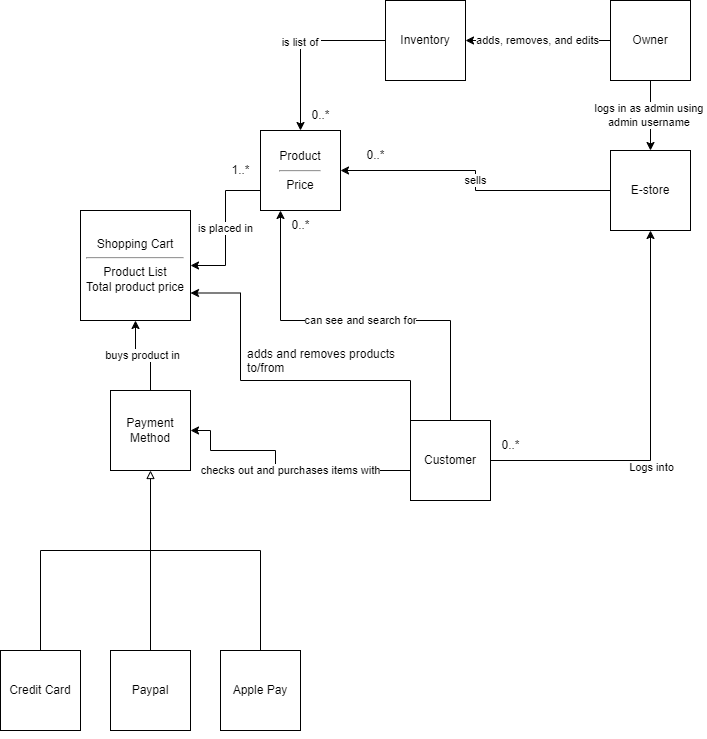
Earlier version of the draw.io export docs/sprint-2-domain-analysis.png (JJB8223/ShakeAndPour). Source tidied: cells renumbered, new cells last; positions are measured from the earlier drawing's top-left corner, leaving out a move shared by most shapes. Its diagram source:
```xml
<mxGraphModel>
  <root>
    <mxCell id="0" />
    <mxCell id="1" parent="0" />
    <mxCell id="2" value="sells" style="edgeStyle=orthogonalEdgeStyle;rounded=0;jettySize=auto;html=1;" parent="1" edge="1" source="3" target="11">
      <mxGeometry relative="1" as="geometry" />
    </mxCell>
    <mxCell id="3" value="E-store" style="whiteSpace=wrap;html=1;" parent="1" vertex="1">
      <mxGeometry x="610" y="150" width="80" height="80" as="geometry" />
    </mxCell>
    <mxCell id="4" value="can see and search for" style="edgeStyle=orthogonalEdgeStyle;rounded=0;jettySize=auto;html=1;" parent="1" edge="1" source="9" target="11">
      <mxGeometry relative="1" as="geometry">
        <Array as="points">
          <mxPoint x="450" y="320" />
          <mxPoint x="280" y="320" />
        </Array>
      </mxGeometry>
    </mxCell>
    <mxCell id="5" value="checks out and purchases items with" style="edgeStyle=orthogonalEdgeStyle;rounded=0;jettySize=auto;html=1;" parent="1" edge="1" target="21">
      <mxGeometry relative="1" as="geometry">
        <mxPoint x="430" y="470" as="sourcePoint" />
        <Array as="points">
          <mxPoint x="275" y="470" />
          <mxPoint x="275" y="450" />
          <mxPoint x="210" y="450" />
          <mxPoint x="210" y="430" />
        </Array>
      </mxGeometry>
    </mxCell>
    <mxCell id="6" style="edgeStyle=orthogonalEdgeStyle;rounded=0;jettySize=auto;html=1;exitX=0;exitY=0.25;exitDx=0;exitDy=0;entryX=1;entryY=0.75;entryDx=0;entryDy=0;" parent="1" edge="1" source="9" target="12">
      <mxGeometry relative="1" as="geometry">
        <Array as="points">
          <mxPoint x="410" y="380" />
          <mxPoint x="240" y="380" />
          <mxPoint x="240" y="293" />
        </Array>
      </mxGeometry>
    </mxCell>
    <mxCell id="7" style="edgeStyle=orthogonalEdgeStyle;rounded=0;jettySize=auto;html=1;exitX=1;exitY=0.5;exitDx=0;exitDy=0;entryX=0.5;entryY=1;entryDx=0;entryDy=0;" parent="1" edge="1" source="9" target="3">
      <mxGeometry relative="1" as="geometry" />
    </mxCell>
    <mxCell id="8" value="Logs into" style="edgeLabel;html=1;align=center;verticalAlign=middle;" parent="7" vertex="1">
      <mxGeometry x="-0.18" y="-6" relative="1" as="geometry">
        <mxPoint x="-6" y="6" as="offset" />
      </mxGeometry>
    </mxCell>
    <mxCell id="9" value="Customer" style="whiteSpace=wrap;html=1;" parent="1" vertex="1">
      <mxGeometry x="410" y="420" width="80" height="80" as="geometry" />
    </mxCell>
    <mxCell id="10" value="is placed in" style="edgeStyle=orthogonalEdgeStyle;rounded=0;jettySize=auto;html=1;exitX=0;exitY=0.75;exitDx=0;exitDy=0;" parent="1" edge="1" source="11" target="12">
      <mxGeometry relative="1" as="geometry" />
    </mxCell>
    <mxCell id="11" value="Product&lt;hr&gt;Price" style="whiteSpace=wrap;html=1;" parent="1" vertex="1">
      <mxGeometry x="260" y="130" width="80" height="80" as="geometry" />
    </mxCell>
    <mxCell id="12" value="Shopping Cart&lt;br&gt;&lt;hr&gt;Product List&lt;br&gt;Total product price" style="whiteSpace=wrap;html=1;" parent="1" vertex="1">
      <mxGeometry x="80" y="210" width="110" height="110" as="geometry" />
    </mxCell>
    <mxCell id="13" value="adds, removes, and edits" style="edgeStyle=orthogonalEdgeStyle;rounded=0;jettySize=auto;html=1;" parent="1" edge="1" source="15" target="18">
      <mxGeometry relative="1" as="geometry" />
    </mxCell>
    <mxCell id="14" value="logs in as admin using&amp;nbsp;&lt;br&gt;admin username&amp;nbsp;" style="edgeStyle=orthogonalEdgeStyle;rounded=0;jettySize=auto;html=1;" parent="1" edge="1" source="15" target="3">
      <mxGeometry relative="1" as="geometry" />
    </mxCell>
    <mxCell id="15" value="Owner" style="whiteSpace=wrap;html=1;" parent="1" vertex="1">
      <mxGeometry x="610" width="80" height="80" as="geometry" />
    </mxCell>
    <mxCell id="16" style="edgeStyle=orthogonalEdgeStyle;rounded=0;jettySize=auto;html=1;" parent="1" edge="1" source="18" target="11">
      <mxGeometry x="-0.03" y="-14" relative="1" as="geometry">
        <mxPoint x="4" y="-9" as="offset" />
      </mxGeometry>
    </mxCell>
    <mxCell id="17" value="is list of&amp;nbsp;" style="edgeLabel;html=1;align=center;verticalAlign=middle;" parent="16" vertex="1">
      <mxGeometry x="-0.02" relative="1" as="geometry" />
    </mxCell>
    <mxCell id="18" value="Inventory" style="whiteSpace=wrap;html=1;" parent="1" vertex="1">
      <mxGeometry x="385" width="80" height="80" as="geometry" />
    </mxCell>
    <mxCell id="19" style="edgeStyle=orthogonalEdgeStyle;rounded=0;orthogonalLoop=1;jettySize=auto;html=1;exitX=0.5;exitY=1;exitDx=0;exitDy=0;" parent="1" edge="1">
      <mxGeometry relative="1" as="geometry">
        <mxPoint x="425" y="730" as="sourcePoint" />
        <mxPoint x="425" y="730" as="targetPoint" />
      </mxGeometry>
    </mxCell>
    <mxCell id="20" value="buys product in" style="edgeStyle=orthogonalEdgeStyle;rounded=0;jettySize=auto;html=1;" parent="1" edge="1" source="21" target="12">
      <mxGeometry relative="1" as="geometry" />
    </mxCell>
    <mxCell id="21" value="Payment Method" style="whiteSpace=wrap;html=1;" parent="1" vertex="1">
      <mxGeometry x="110" y="390" width="80" height="80" as="geometry" />
    </mxCell>
    <mxCell id="22" value="Credit Card" style="whiteSpace=wrap;html=1;" parent="1" vertex="1">
      <mxGeometry y="650" width="80" height="80" as="geometry" />
    </mxCell>
    <mxCell id="23" style="edgeStyle=orthogonalEdgeStyle;rounded=0;jettySize=auto;html=1;entryX=0.5;entryY=1;entryDx=0;entryDy=0;endArrow=block;endFill=0;" parent="1" edge="1" source="24" target="21">
      <mxGeometry x="0.6" relative="1" as="geometry" />
    </mxCell>
    <mxCell id="24" value="Paypal" style="whiteSpace=wrap;html=1;" parent="1" vertex="1">
      <mxGeometry x="110" y="650" width="80" height="80" as="geometry" />
    </mxCell>
    <mxCell id="25" value="Apple Pay" style="whiteSpace=wrap;html=1;" parent="1" vertex="1">
      <mxGeometry x="220" y="650" width="80" height="80" as="geometry" />
    </mxCell>
    <mxCell id="26" style="edgeStyle=none;jettySize=auto;html=1;rounded=0;exitX=0.5;exitY=0;exitDx=0;exitDy=0;endArrow=none;endFill=0;" parent="1" edge="1" source="22">
      <mxGeometry relative="1" as="geometry">
        <mxPoint x="150" y="550" as="targetPoint" />
        <Array as="points">
          <mxPoint x="40" y="550" />
        </Array>
      </mxGeometry>
    </mxCell>
    <mxCell id="27" style="edgeStyle=none;jettySize=auto;html=1;rounded=0;exitX=0.5;exitY=0;exitDx=0;exitDy=0;endArrow=none;endFill=0;" parent="1" edge="1" source="25">
      <mxGeometry relative="1" as="geometry">
        <mxPoint x="150" y="550" as="targetPoint" />
        <Array as="points">
          <mxPoint x="260" y="550" />
        </Array>
      </mxGeometry>
    </mxCell>
    <mxCell id="28" value="0..*" style="text;html=1;align=center;verticalAlign=middle;strokeColor=none;fillColor=none;" parent="1" vertex="1">
      <mxGeometry x="300" y="100" width="40" height="30" as="geometry" />
    </mxCell>
    <mxCell id="29" value="adds and removes products to/from" style="text;whiteSpace=wrap;html=1;" parent="1" vertex="1">
      <mxGeometry x="245" y="340" width="165" height="40" as="geometry" />
    </mxCell>
    <mxCell id="30" value="0..*" style="text;html=1;align=center;verticalAlign=middle;strokeColor=none;fillColor=none;" parent="1" vertex="1">
      <mxGeometry x="490" y="430" width="40" height="30" as="geometry" />
    </mxCell>
    <mxCell id="31" value="0..*" style="text;html=1;align=center;verticalAlign=middle;strokeColor=none;fillColor=none;" parent="1" vertex="1">
      <mxGeometry x="280" y="210" width="40" height="30" as="geometry" />
    </mxCell>
    <mxCell id="32" value="1..*" style="text;html=1;align=center;verticalAlign=middle;strokeColor=none;fillColor=none;" parent="1" vertex="1">
      <mxGeometry x="220" y="155" width="40" height="30" as="geometry" />
    </mxCell>
    <mxCell id="33" value="0..*" style="text;html=1;align=center;verticalAlign=middle;strokeColor=none;fillColor=none;" parent="1" vertex="1">
      <mxGeometry x="355" y="140" width="40" height="30" as="geometry" />
    </mxCell>
  </root>
</mxGraphModel>
```
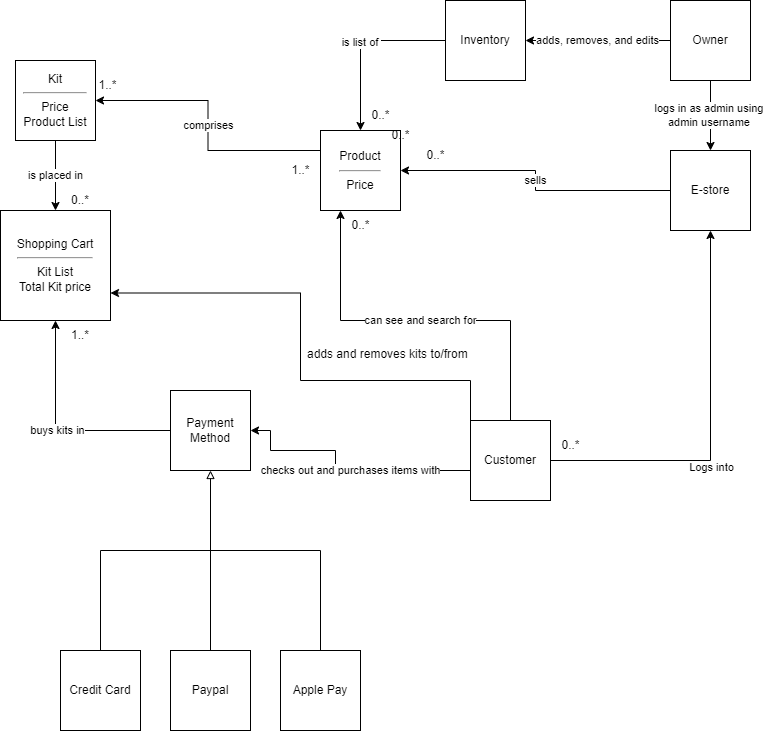
The same file after the commit.

Commit message:
Added an updated domain model and a brief description of each componenet

Diff of the diagram source:
```diff
@@ -47,14 +47,14 @@
     <mxCell id="9" value="Customer" style="whiteSpace=wrap;html=1;" parent="1" vertex="1">
       <mxGeometry x="410" y="420" width="80" height="80" as="geometry" />
     </mxCell>
-    <mxCell id="10" value="is placed in" style="edgeStyle=orthogonalEdgeStyle;rounded=0;jettySize=auto;html=1;exitX=0;exitY=0.75;exitDx=0;exitDy=0;" parent="1" edge="1" source="11" target="12">
-      <mxGeometry relative="1" as="geometry" />
-    </mxCell>
+    <mxCell id="34" value="comprises" style="edgeStyle=orthogonalEdgeStyle;rounded=0;jettySize=auto;html=1;exitX=0;exitY=0.25;exitDx=0;exitDy=0;" parent="1" edge="1" source="11" target="35">
+      <mxGeometry relative="1" as="geometry" />
+    </mxCell>
     <mxCell id="11" value="Product&lt;hr&gt;Price" style="whiteSpace=wrap;html=1;" parent="1" vertex="1">
       <mxGeometry x="260" y="130" width="80" height="80" as="geometry" />
     </mxCell>
-    <mxCell id="12" value="Shopping Cart&lt;br&gt;&lt;hr&gt;Product List&lt;br&gt;Total product price" style="whiteSpace=wrap;html=1;" parent="1" vertex="1">
-      <mxGeometry x="80" y="210" width="110" height="110" as="geometry" />
+    <mxCell id="12" value="Shopping Cart&lt;br&gt;&lt;hr&gt;Kit List&lt;br&gt;Total Kit price" style="whiteSpace=wrap;html=1;" parent="1" vertex="1">
+      <mxGeometry x="-60" y="210" width="110" height="110" as="geometry" />
     </mxCell>
     <mxCell id="13" value="adds, removes, and edits" style="edgeStyle=orthogonalEdgeStyle;rounded=0;jettySize=auto;html=1;" parent="1" edge="1" source="15" target="18">
       <mxGeometry relative="1" as="geometry" />
@@ -82,7 +82,7 @@
         <mxPoint x="425" y="730" as="targetPoint" />
       </mxGeometry>
     </mxCell>
-    <mxCell id="20" value="buys product in" style="edgeStyle=orthogonalEdgeStyle;rounded=0;jettySize=auto;html=1;" parent="1" edge="1" source="21" target="12">
+    <mxCell id="20" value="buys kits in" style="edgeStyle=orthogonalEdgeStyle;rounded=0;jettySize=auto;html=1;" parent="1" edge="1" source="21" target="12">
       <mxGeometry relative="1" as="geometry" />
     </mxCell>
     <mxCell id="21" value="Payment Method" style="whiteSpace=wrap;html=1;" parent="1" vertex="1">
@@ -119,7 +119,7 @@
     <mxCell id="28" value="0..*" style="text;html=1;align=center;verticalAlign=middle;strokeColor=none;fillColor=none;" parent="1" vertex="1">
       <mxGeometry x="300" y="100" width="40" height="30" as="geometry" />
     </mxCell>
-    <mxCell id="29" value="adds and removes products to/from" style="text;whiteSpace=wrap;html=1;" parent="1" vertex="1">
+    <mxCell id="29" value="adds and removes kits to/from" style="text;whiteSpace=wrap;html=1;" parent="1" vertex="1">
       <mxGeometry x="245" y="340" width="165" height="40" as="geometry" />
     </mxCell>
     <mxCell id="30" value="0..*" style="text;html=1;align=center;verticalAlign=middle;strokeColor=none;fillColor=none;" parent="1" vertex="1">
@@ -134,5 +134,23 @@
     <mxCell id="33" value="0..*" style="text;html=1;align=center;verticalAlign=middle;strokeColor=none;fillColor=none;" parent="1" vertex="1">
       <mxGeometry x="355" y="140" width="40" height="30" as="geometry" />
     </mxCell>
+    <mxCell id="10" value="is placed in" style="edgeStyle=orthogonalEdgeStyle;rounded=0;jettySize=auto;html=1;" parent="1" edge="1" source="35" target="12">
+      <mxGeometry relative="1" as="geometry" />
+    </mxCell>
+    <mxCell id="35" value="Kit&lt;hr id=&quot;null&quot;&gt;Price&lt;br&gt;Product List" style="whiteSpace=wrap;html=1;" parent="1" vertex="1">
+      <mxGeometry x="-45" y="60" width="80" height="80" as="geometry" />
+    </mxCell>
+    <mxCell id="36" value="0..*" style="text;html=1;align=center;verticalAlign=middle;strokeColor=none;fillColor=none;" parent="1" vertex="1">
+      <mxGeometry x="320" y="120" width="40" height="30" as="geometry" />
+    </mxCell>
+    <mxCell id="37" value="1..*" style="text;html=1;align=center;verticalAlign=middle;whiteSpace=wrap;rounded=0;" parent="1" vertex="1">
+      <mxGeometry x="35" y="70" width="25" height="30" as="geometry" />
+    </mxCell>
+    <mxCell id="38" value="0..*" style="text;html=1;align=center;verticalAlign=middle;whiteSpace=wrap;rounded=0;" parent="1" vertex="1">
+      <mxGeometry x="-10" y="185" width="60" height="30" as="geometry" />
+    </mxCell>
+    <mxCell id="39" value="1..*" style="text;html=1;align=center;verticalAlign=middle;whiteSpace=wrap;rounded=0;" parent="1" vertex="1">
+      <mxGeometry x="-10" y="320" width="60" height="30" as="geometry" />
+    </mxCell>
   </root>
 </mxGraphModel>
```
